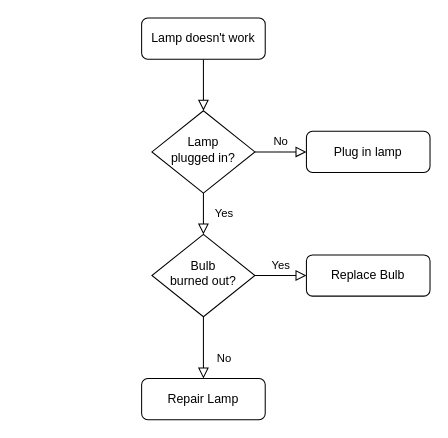
Above: scripts/Untitled Diagram.drawio in Yilap88/taller4-GPI (draw.io), before the change. Source tidied: cells renumbered, new cells numbered last; positions are measured from the earlier drawing's top-left corner, leaving out a move shared by most shapes. Both pictures are drawn from the tidied source at 103%, with x=0, y=0 at pixel (141, 18).
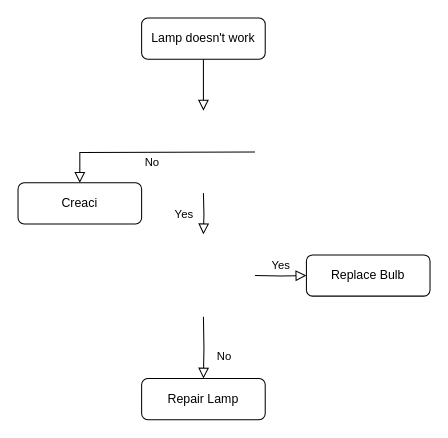
The same page after the edit.

Diff of the diagram source:
```diff
@@
 <mxGraphModel>
   <root>
     <mxCell id="0" />
     <mxCell id="1" parent="0" />
-    <mxCell id="2" style="rounded=0;html=1;jettySize=auto;fontSize=11;endArrow=block;endFill=0;endSize=8;strokeWidth=1;shadow=0;labelBackgroundColor=none;edgeStyle=orthogonalEdgeStyle;" parent="1" edge="1" source="3" target="6">
-      <mxGeometry relative="1" as="geometry" />
+    <mxCell id="2" style="rounded=0;html=1;jettySize=auto;fontSize=11;endArrow=block;endFill=0;endSize=8;strokeWidth=1;shadow=0;labelBackgroundColor=none;edgeStyle=orthogonalEdgeStyle;" parent="1" edge="1" source="3">
+      <mxGeometry relative="1" as="geometry">
+        <mxPoint x="60" y="90" as="targetPoint" />
+      </mxGeometry>
     </mxCell>
     <mxCell id="3" value="Lamp doesn't work" style="rounded=1;whiteSpace=wrap;html=1;fontSize=12;glass=0;strokeWidth=1;shadow=0;" parent="1" vertex="1">
       <mxGeometry width="120" height="40" as="geometry" />
     </mxCell>
-    <mxCell id="4" value="Yes" style="rounded=0;html=1;jettySize=auto;fontSize=11;endArrow=block;endFill=0;endSize=8;strokeWidth=1;shadow=0;labelBackgroundColor=none;edgeStyle=orthogonalEdgeStyle;" parent="1" edge="1" source="6" target="10">
-      <mxGeometry y="20" relative="1" as="geometry" />
+    <mxCell id="4" value="Yes" style="rounded=0;html=1;jettySize=auto;orthogonalLoop=1;fontSize=11;endArrow=block;endFill=0;endSize=8;strokeWidth=1;shadow=0;labelBackgroundColor=none;edgeStyle=orthogonalEdgeStyle;" parent="1" edge="1">
+      <mxGeometry y="20" relative="1" as="geometry">
+        <mxPoint x="60" y="170" as="sourcePoint" />
+        <mxPoint x="60" y="210" as="targetPoint" />
+      </mxGeometry>
     </mxCell>
-    <mxCell id="5" value="No" style="edgeStyle=orthogonalEdgeStyle;rounded=0;html=1;jettySize=auto;fontSize=11;endArrow=block;endFill=0;endSize=8;strokeWidth=1;shadow=0;labelBackgroundColor=none;" parent="1" edge="1" source="6" target="7">
-      <mxGeometry y="10" relative="1" as="geometry" />
+    <mxCell id="5" value="No" style="edgeStyle=orthogonalEdgeStyle;rounded=0;html=1;jettySize=auto;fontSize=11;endArrow=block;endFill=0;endSize=8;strokeWidth=1;shadow=0;labelBackgroundColor=none;" parent="1" edge="1" target="7">
+      <mxGeometry y="10" relative="1" as="geometry">
+        <mxPoint x="110" y="130" as="sourcePoint" />
+      </mxGeometry>
     </mxCell>
-    <mxCell id="6" value="Lamp&lt;br&gt;plugged in?" style="rhombus;whiteSpace=wrap;html=1;shadow=0;fontFamily=Helvetica;fontSize=12;align=center;strokeWidth=1;spacing=6;spacingTop=-4;" parent="1" vertex="1">
-      <mxGeometry x="10" y="90" width="100" height="80" as="geometry" />
-    </mxCell>
-    <mxCell id="7" value="Plug in lamp" style="rounded=1;whiteSpace=wrap;html=1;fontSize=12;glass=0;strokeWidth=1;shadow=0;" parent="1" vertex="1">
-      <mxGeometry x="160" y="110" width="120" height="40" as="geometry" />
+    <mxCell id="7" value="Creaci" style="rounded=1;whiteSpace=wrap;html=1;fontSize=12;glass=0;strokeWidth=1;shadow=0;" parent="1" vertex="1">
+      <mxGeometry x="-120" y="160" width="120" height="40" as="geometry" />
     </mxCell>
-    <mxCell id="8" value="No" style="rounded=0;html=1;jettySize=auto;fontSize=11;endArrow=block;endFill=0;endSize=8;strokeWidth=1;shadow=0;labelBackgroundColor=none;edgeStyle=orthogonalEdgeStyle;" parent="1" edge="1" source="10" target="11">
-      <mxGeometry x="0.33" y="20" relative="1" as="geometry" />
+    <mxCell id="8" value="No" style="rounded=0;html=1;jettySize=auto;fontSize=11;endArrow=block;endFill=0;endSize=8;strokeWidth=1;shadow=0;labelBackgroundColor=none;edgeStyle=orthogonalEdgeStyle;" parent="1" edge="1" target="11">
+      <mxGeometry x="0.33" y="20" relative="1" as="geometry">
+        <mxPoint x="60" y="290" as="sourcePoint" />
+      </mxGeometry>
     </mxCell>
-    <mxCell id="9" value="Yes" style="edgeStyle=orthogonalEdgeStyle;rounded=0;html=1;jettySize=auto;fontSize=11;endArrow=block;endFill=0;endSize=8;strokeWidth=1;shadow=0;labelBackgroundColor=none;" parent="1" edge="1" source="10" target="12">
-      <mxGeometry y="10" relative="1" as="geometry" />
+    <mxCell id="9" value="Yes" style="edgeStyle=orthogonalEdgeStyle;rounded=0;html=1;jettySize=auto;fontSize=11;endArrow=block;endFill=0;endSize=8;strokeWidth=1;shadow=0;labelBackgroundColor=none;" parent="1" edge="1" target="12">
+      <mxGeometry y="10" relative="1" as="geometry">
+        <mxPoint x="110" y="250" as="sourcePoint" />
+      </mxGeometry>
     </mxCell>
-    <mxCell id="10" value="Bulb&lt;br&gt;burned out?" style="rhombus;whiteSpace=wrap;html=1;shadow=0;fontFamily=Helvetica;fontSize=12;align=center;strokeWidth=1;spacing=6;spacingTop=-4;" parent="1" vertex="1">
-      <mxGeometry x="10" y="210" width="100" height="80" as="geometry" />
-    </mxCell>
     <mxCell id="11" value="Repair Lamp" style="rounded=1;whiteSpace=wrap;html=1;fontSize=12;glass=0;strokeWidth=1;shadow=0;" parent="1" vertex="1">
       <mxGeometry y="350" width="120" height="40" as="geometry" />
     </mxCell>
     <mxCell id="12" value="Replace Bulb" style="rounded=1;whiteSpace=wrap;html=1;fontSize=12;glass=0;strokeWidth=1;shadow=0;" parent="1" vertex="1">
       <mxGeometry x="160" y="230" width="120" height="40" as="geometry" />
     </mxCell>
   </root>
 </mxGraphModel>
```
